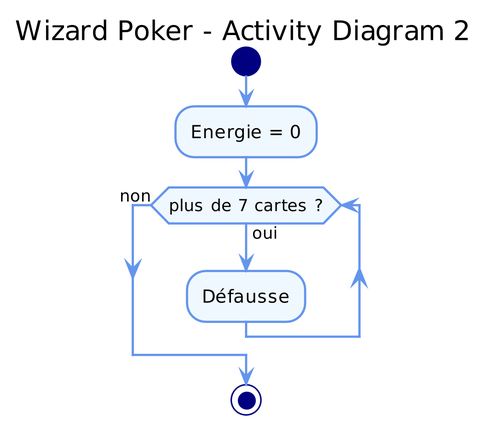
Before: srd/assets/uml/ActivityDiagram2.png, a diagram exported from PlantUML (elishadrion/tetris). Its diagram source:
```plantuml
@startuml


title Wizard Poker - Activity Diagram 2

skinparam classAttributeIconSize 0

skinparam shadowing false

skinparam dpi 300

skinparam activity {
  StartColor Navy
  BackgroundColor AliceBlue
  ArrowColor CornflowerBlue
  BorderColor CornflowerBlue
  EndColor Navy
}
skinparam stereotypeCBackgroundColor OldLace

start
:Energie = 0;
while (plus de 7 cartes ?) is (oui)
  :Défausse;
endwhile (non)
stop


@enduml
```
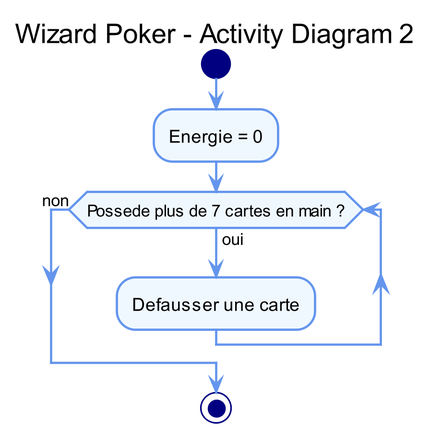
The same file after the commit.

Diff of the diagram source:
```diff
@@ -20,8 +20,8 @@
 
 start
 :Energie = 0;
-while (plus de 7 cartes ?) is (oui)
-  :Défausse;
+while (Possede plus de 7 cartes en main ?) is (oui)
+  :Defausser une carte;
 endwhile (non)
 stop
 
```
